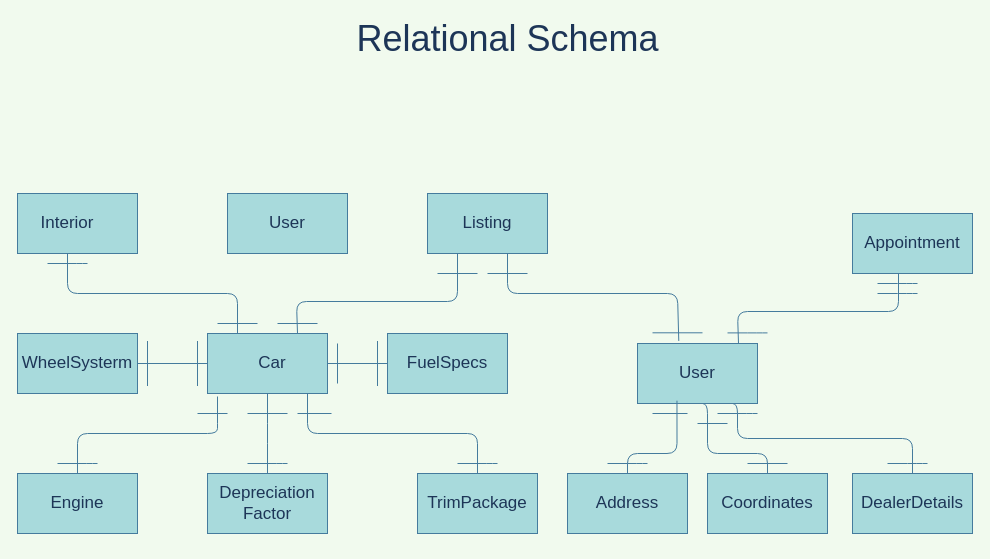
This is Database/draw.io files/Relational_Schema.drawio from abmfocus4/UsedCars-db, a draw.io file, before an edit. Source tidied: cells renumbered, new cells numbered last; positions are measured from the earlier drawing's top-left corner, leaving out a move shared by most shapes. Both pictures are drawn from the tidied source at 100%, with x=0, y=0 at pixel (17, 23).
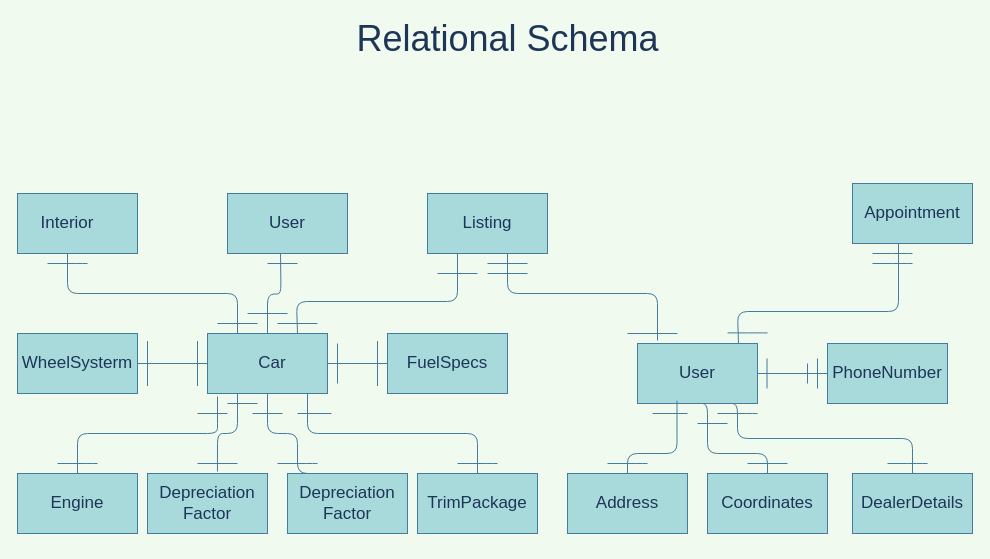
After the change.

The change refers to these unchanged cells:
```xml
<mxCell id="2" style="rounded=0;whiteSpace=wrap;html=1;labelBorderColor=none;fontSize=17;fillColor=#A8DADC;strokeColor=#457B9D;fontColor=#1D3557;" parent="1" vertex="1">
  <mxGeometry x="190" y="310" width="120" height="60" as="geometry" />
</mxCell>
<mxCell id="36" value="User" style="rounded=0;whiteSpace=wrap;html=1;labelBorderColor=none;fontSize=17;fillColor=#A8DADC;strokeColor=#457B9D;fontColor=#1D3557;" parent="1" vertex="1">
  <mxGeometry x="620" y="320" width="120" height="60" as="geometry" />
</mxCell>
```

Diff of the diagram source:
```diff
@@
+    <mxCell id="58" style="edgeStyle=orthogonalEdgeStyle;rounded=1;jettySize=auto;html=1;exitX=0.5;exitY=0;exitDx=0;exitDy=0;fontSize=17;fontColor=#1D3557;strokeColor=#457B9D;labelBackgroundColor=#F1FAEE;endArrow=none;" parent="1" edge="1" source="2">
+      <mxGeometry relative="1" as="geometry">
+        <mxPoint x="263" y="230" as="targetPoint" />
+      </mxGeometry>
+    </mxCell>
+    <mxCell id="59" style="edgeStyle=orthogonalEdgeStyle;rounded=1;jettySize=auto;html=1;exitX=0.25;exitY=1;exitDx=0;exitDy=0;entryX=0.583;entryY=-0.033;entryDx=0;entryDy=0;entryPerimeter=0;fontSize=17;fontColor=#1D3557;strokeColor=#457B9D;labelBackgroundColor=#F1FAEE;endArrow=none;" parent="1" edge="1" source="2" target="6">
+      <mxGeometry relative="1" as="geometry">
+        <Array as="points">
+          <mxPoint x="220" y="410" />
+          <mxPoint x="200" y="410" />
+        </Array>
+      </mxGeometry>
+    </mxCell>
+    <mxCell id="60" style="edgeStyle=orthogonalEdgeStyle;rounded=1;jettySize=auto;html=1;exitX=0.5;exitY=1;exitDx=0;exitDy=0;entryX=0.5;entryY=0;entryDx=0;entryDy=0;fontSize=17;fontColor=#1D3557;strokeColor=#457B9D;labelBackgroundColor=#F1FAEE;endArrow=none;" parent="1" edge="1" source="2" target="68">
+      <mxGeometry relative="1" as="geometry">
+        <Array as="points">
+          <mxPoint x="250" y="410" />
+          <mxPoint x="280" y="410" />
+          <mxPoint x="280" y="450" />
+        </Array>
+      </mxGeometry>
+    </mxCell>
@@
     <mxCell id="6" value="Depreciation Factor" style="rounded=0;whiteSpace=wrap;html=1;labelBorderColor=none;fontSize=17;fillColor=#A8DADC;strokeColor=#457B9D;fontColor=#1D3557;" parent="1" vertex="1">
-      <mxGeometry x="190" y="450" width="120" height="60" as="geometry" />
+      <mxGeometry x="130" y="450" width="120" height="60" as="geometry" />
     </mxCell>
@@
-    <mxCell id="11" style="endArrow=none;html=1;entryX=0.5;entryY=1;entryDx=0;entryDy=0;exitX=0.5;exitY=0;exitDx=0;exitDy=0;labelBorderColor=none;fontSize=17;strokeColor=#457B9D;fontColor=#1D3557;labelBackgroundColor=#F1FAEE;" parent="1" edge="1" source="6" target="2">
-      <mxGeometry relative="1" as="geometry">
-        <Array as="points">
-          <mxPoint x="250" y="410" />
-        </Array>
-      </mxGeometry>
-    </mxCell>
@@
     <mxCell id="19" style="endArrow=none;html=1;labelBorderColor=none;fontSize=17;strokeColor=#457B9D;fontColor=#1D3557;labelBackgroundColor=#F1FAEE;" parent="1" edge="1">
       <mxGeometry relative="1" as="geometry">
-        <mxPoint x="200" y="300" as="sourcePoint" />
-        <mxPoint x="240" y="300" as="targetPoint" />
+        <mxPoint x="230" y="290" as="sourcePoint" />
+        <mxPoint x="270" y="290" as="targetPoint" />
       </mxGeometry>
     </mxCell>
@@
     <mxCell id="23" style="endArrow=none;html=1;labelBorderColor=none;fontSize=17;strokeColor=#457B9D;fontColor=#1D3557;labelBackgroundColor=#F1FAEE;" parent="1" edge="1">
       <mxGeometry relative="1" as="geometry">
-        <mxPoint x="230" y="390" as="sourcePoint" />
-        <mxPoint x="270" y="390" as="targetPoint" />
+        <mxPoint x="210" y="380" as="sourcePoint" />
+        <mxPoint x="240" y="380" as="targetPoint" />
       </mxGeometry>
     </mxCell>
@@
     <mxCell id="27" style="endArrow=none;html=1;labelBorderColor=none;fontSize=17;strokeColor=#457B9D;fontColor=#1D3557;labelBackgroundColor=#F1FAEE;" parent="1" edge="1">
       <mxGeometry relative="1" as="geometry">
-        <mxPoint x="230" y="440" as="sourcePoint" />
-        <mxPoint x="270" y="440" as="targetPoint" />
+        <mxPoint x="260" y="440" as="sourcePoint" />
+        <mxPoint x="300" y="440" as="targetPoint" />
         <Array as="points">
-          <mxPoint x="260" y="440" />
+          <mxPoint x="290" y="440" />
         </Array>
       </mxGeometry>
     </mxCell>
@@
-    <mxCell id="32" style="endArrow=none;html=1;labelBorderColor=none;fontSize=17;strokeColor=#457B9D;fontColor=#1D3557;labelBackgroundColor=#F1FAEE;exitX=0.344;exitY=-0.043;exitDx=0;exitDy=0;exitPerimeter=0;" parent="1" edge="1" source="36">
+    <mxCell id="32" style="endArrow=none;html=1;labelBorderColor=none;fontSize=17;strokeColor=#457B9D;fontColor=#1D3557;labelBackgroundColor=#F1FAEE;" parent="1" edge="1">
       <mxGeometry relative="1" as="geometry">
+        <mxPoint x="640" y="317" as="sourcePoint" />
         <mxPoint x="490" y="230" as="targetPoint" />
         <Array as="points">
-          <mxPoint x="660" y="270" />
+          <mxPoint x="640" y="270" />
           <mxPoint x="490" y="270" />
         </Array>
       </mxGeometry>
     </mxCell>
@@
+    <mxCell id="61" style="edgeStyle=orthogonalEdgeStyle;rounded=1;jettySize=auto;html=1;exitX=1;exitY=0.5;exitDx=0;exitDy=0;entryX=0;entryY=0.5;entryDx=0;entryDy=0;fontColor=#1D3557;strokeColor=#457B9D;fillColor=#A8DADC;endFill=0;endArrow=none;sketch=0;" parent="1" edge="1" source="36" target="64">
+      <mxGeometry relative="1" as="geometry" />
+    </mxCell>
@@
     <mxCell id="40" style="endArrow=none;html=1;labelBorderColor=none;fontSize=17;strokeColor=#457B9D;fontColor=#1D3557;labelBackgroundColor=#F1FAEE;" parent="1" edge="1">
       <mxGeometry relative="1" as="geometry">
-        <mxPoint x="635" y="309.3" as="sourcePoint" />
-        <mxPoint x="685" y="309.3" as="targetPoint" />
+        <mxPoint x="610" y="310" as="sourcePoint" />
+        <mxPoint x="660" y="310" as="targetPoint" />
       </mxGeometry>
     </mxCell>
@@
     <mxCell id="44" value="Appointment" style="rounded=0;whiteSpace=wrap;html=1;labelBorderColor=none;fontSize=17;fillColor=#A8DADC;strokeColor=#457B9D;fontColor=#1D3557;" parent="1" vertex="1">
-      <mxGeometry x="835" y="190" width="120" height="60" as="geometry" />
+      <mxGeometry x="835" y="160" width="120" height="60" as="geometry" />
     </mxCell>
@@
     <mxCell id="46" style="endArrow=none;html=1;entryX=0.75;entryY=0;entryDx=0;entryDy=0;labelBorderColor=none;fontSize=17;strokeColor=#457B9D;fontColor=#1D3557;labelBackgroundColor=#F1FAEE;" parent="1" edge="1">
       <mxGeometry relative="1" as="geometry">
-        <mxPoint x="881" y="250" as="sourcePoint" />
+        <mxPoint x="881" y="220" as="sourcePoint" />
         <mxPoint x="721" y="320" as="targetPoint" />
         <Array as="points">
           <mxPoint x="881" y="288" />
           <mxPoint x="720" y="288" />
         </Array>
       </mxGeometry>
     </mxCell>
@@
     <mxCell id="49" style="endArrow=none;html=1;labelBorderColor=none;fontSize=17;strokeColor=#457B9D;fontColor=#1D3557;labelBackgroundColor=#F1FAEE;" parent="1" edge="1">
       <mxGeometry relative="1" as="geometry">
-        <mxPoint x="860" y="260" as="sourcePoint" />
-        <mxPoint x="900" y="260" as="targetPoint" />
+        <mxPoint x="855" y="230" as="sourcePoint" />
+        <mxPoint x="895" y="230" as="targetPoint" />
         <Array as="points">
-          <mxPoint x="890" y="260" />
+          <mxPoint x="885" y="230" />
         </Array>
       </mxGeometry>
     </mxCell>
     <mxCell id="50" style="endArrow=none;html=1;labelBorderColor=none;fontSize=17;strokeColor=#457B9D;fontColor=#1D3557;labelBackgroundColor=#F1FAEE;" parent="1" edge="1">
       <mxGeometry relative="1" as="geometry">
-        <mxPoint x="860" y="270" as="sourcePoint" />
-        <mxPoint x="900" y="270" as="targetPoint" />
+        <mxPoint x="855" y="240" as="sourcePoint" />
+        <mxPoint x="895" y="240" as="targetPoint" />
         <Array as="points">
-          <mxPoint x="890" y="270" />
+          <mxPoint x="885" y="240" />
         </Array>
       </mxGeometry>
     </mxCell>
@@
+    <mxCell id="62" style="endArrow=none;html=1;labelBorderColor=none;fontSize=17;strokeColor=#457B9D;fontColor=#1D3557;labelBackgroundColor=#F1FAEE;" parent="1" edge="1">
+      <mxGeometry relative="1" as="geometry">
+        <mxPoint x="200" y="300" as="sourcePoint" />
+        <mxPoint x="240" y="300" as="targetPoint" />
+      </mxGeometry>
+    </mxCell>
+    <mxCell id="63" style="endArrow=none;html=1;labelBorderColor=none;fontSize=17;strokeColor=#457B9D;fontColor=#1D3557;labelBackgroundColor=#F1FAEE;" parent="1" edge="1">
+      <mxGeometry relative="1" as="geometry">
+        <mxPoint x="250" y="240" as="sourcePoint" />
+        <mxPoint x="280" y="240" as="targetPoint" />
+      </mxGeometry>
+    </mxCell>
+    <mxCell id="64" value="PhoneNumber" style="rounded=0;whiteSpace=wrap;html=1;labelBorderColor=none;fontSize=17;fillColor=#A8DADC;strokeColor=#457B9D;fontColor=#1D3557;" parent="1" vertex="1">
+      <mxGeometry x="810" y="320" width="120" height="60" as="geometry" />
+    </mxCell>
+    <mxCell id="65" style="endArrow=none;html=1;labelBorderColor=none;fontSize=17;strokeColor=#457B9D;fontColor=#1D3557;labelBackgroundColor=#F1FAEE;" parent="1" edge="1">
+      <mxGeometry relative="1" as="geometry">
+        <mxPoint x="880" y="450" as="sourcePoint" />
+        <mxPoint x="920" y="450" as="targetPoint" />
+        <Array as="points">
+          <mxPoint x="910" y="450" />
+        </Array>
+      </mxGeometry>
+    </mxCell>
+    <mxCell id="66" style="endArrow=none;html=1;labelBorderColor=none;fontSize=17;strokeColor=#457B9D;fontColor=#1D3557;labelBackgroundColor=#F1FAEE;" parent="1" edge="1">
+      <mxGeometry relative="1" as="geometry">
+        <mxPoint x="749.5" y="365" as="sourcePoint" />
+        <mxPoint x="749.5" y="335" as="targetPoint" />
+      </mxGeometry>
+    </mxCell>
+    <mxCell id="67" style="endArrow=none;html=1;labelBorderColor=none;fontSize=17;strokeColor=#457B9D;fontColor=#1D3557;labelBackgroundColor=#F1FAEE;" parent="1" edge="1">
+      <mxGeometry relative="1" as="geometry">
+        <mxPoint x="800" y="365" as="sourcePoint" />
+        <mxPoint x="800" y="335" as="targetPoint" />
+      </mxGeometry>
+    </mxCell>
+    <mxCell id="68" value="Depreciation Factor" style="rounded=0;whiteSpace=wrap;html=1;labelBorderColor=none;fontSize=17;fillColor=#A8DADC;strokeColor=#457B9D;fontColor=#1D3557;" parent="1" vertex="1">
+      <mxGeometry x="270" y="450" width="120" height="60" as="geometry" />
+    </mxCell>
+    <mxCell id="69" style="endArrow=none;html=1;labelBorderColor=none;fontSize=17;strokeColor=#457B9D;fontColor=#1D3557;labelBackgroundColor=#F1FAEE;" parent="1" edge="1">
+      <mxGeometry relative="1" as="geometry">
+        <mxPoint x="180" y="440" as="sourcePoint" />
+        <mxPoint x="220" y="440" as="targetPoint" />
+        <Array as="points">
+          <mxPoint x="220" y="440" />
+        </Array>
+      </mxGeometry>
+    </mxCell>
+    <mxCell id="70" style="endArrow=none;html=1;labelBorderColor=none;fontSize=17;strokeColor=#457B9D;fontColor=#1D3557;labelBackgroundColor=#F1FAEE;" parent="1" edge="1">
+      <mxGeometry relative="1" as="geometry">
+        <mxPoint x="235" y="390" as="sourcePoint" />
+        <mxPoint x="265" y="390" as="targetPoint" />
+      </mxGeometry>
+    </mxCell>
+    <mxCell id="71" style="endArrow=none;html=1;labelBorderColor=none;fontSize=17;strokeColor=#457B9D;fontColor=#1D3557;labelBackgroundColor=#F1FAEE;" parent="1" edge="1">
+      <mxGeometry relative="1" as="geometry">
+        <mxPoint x="470" y="240" as="sourcePoint" />
+        <mxPoint x="510" y="240" as="targetPoint" />
+      </mxGeometry>
+    </mxCell>
+    <mxCell id="72" style="endArrow=none;html=1;labelBorderColor=none;fontSize=17;strokeColor=#457B9D;fontColor=#1D3557;labelBackgroundColor=#F1FAEE;" parent="1" edge="1">
+      <mxGeometry relative="1" as="geometry">
+        <mxPoint x="790" y="360" as="sourcePoint" />
+        <mxPoint x="790" y="340" as="targetPoint" />
+        <Array as="points">
+          <mxPoint x="790" y="340" />
+        </Array>
+      </mxGeometry>
+    </mxCell>
```
